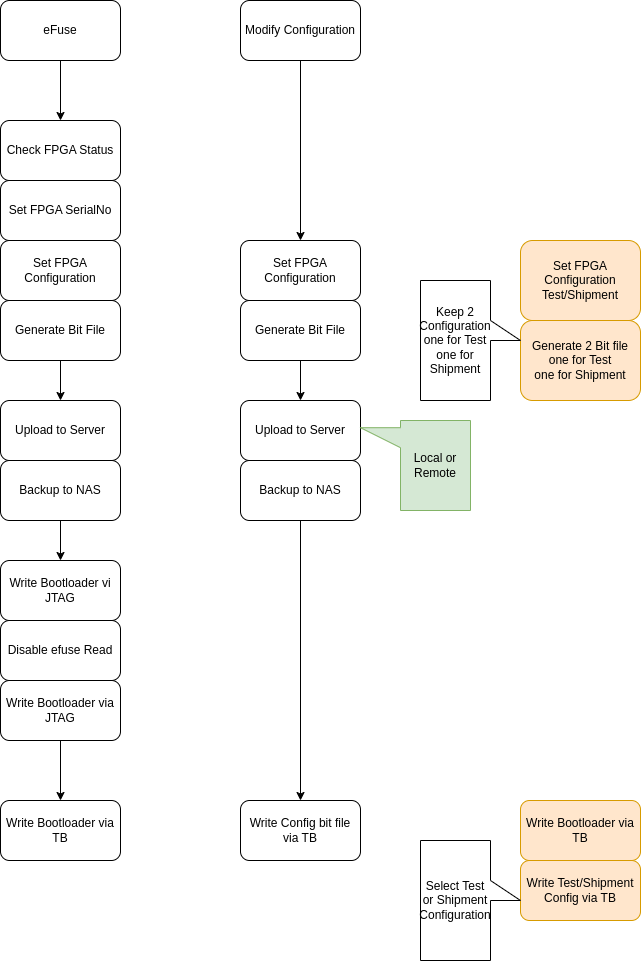
Earlier version of the draw.io export docs/diagrams/2025/gen2fpga_eeprom_flow.png (tzechienchu/mynotes). Source tidied: cells renumbered, new cells last; positions are measured from the earlier drawing's top-left corner, leaving out a move shared by most shapes. Its diagram source:
```xml
<mxGraphModel>
  <root>
    <mxCell id="0" />
    <mxCell id="1" parent="0" />
    <mxCell id="2" style="edgeStyle=none;html=1;exitX=0.5;exitY=1;exitDx=0;exitDy=0;entryX=0.5;entryY=0;entryDx=0;entryDy=0;" parent="1" edge="1" source="3" target="4">
      <mxGeometry relative="1" as="geometry" />
    </mxCell>
    <mxCell id="3" value="eFuse" style="rounded=1;whiteSpace=wrap;html=1;" parent="1" vertex="1">
      <mxGeometry width="120" height="60" as="geometry" />
    </mxCell>
    <mxCell id="4" value="Check FPGA Status" style="rounded=1;whiteSpace=wrap;html=1;" parent="1" vertex="1">
      <mxGeometry y="120" width="120" height="60" as="geometry" />
    </mxCell>
    <mxCell id="5" value="Set FPGA SerialNo" style="rounded=1;whiteSpace=wrap;html=1;" parent="1" vertex="1">
      <mxGeometry y="180" width="120" height="60" as="geometry" />
    </mxCell>
    <mxCell id="6" value="Set FPGA Configuration" style="rounded=1;whiteSpace=wrap;html=1;" parent="1" vertex="1">
      <mxGeometry y="240" width="120" height="60" as="geometry" />
    </mxCell>
    <mxCell id="7" style="edgeStyle=none;html=1;exitX=0.5;exitY=1;exitDx=0;exitDy=0;entryX=0.5;entryY=0;entryDx=0;entryDy=0;" parent="1" edge="1" source="8" target="9">
      <mxGeometry relative="1" as="geometry" />
    </mxCell>
    <mxCell id="8" value="Generate Bit File" style="rounded=1;whiteSpace=wrap;html=1;" parent="1" vertex="1">
      <mxGeometry y="300" width="120" height="60" as="geometry" />
    </mxCell>
    <mxCell id="9" value="Upload to Server" style="rounded=1;whiteSpace=wrap;html=1;" parent="1" vertex="1">
      <mxGeometry y="400" width="120" height="60" as="geometry" />
    </mxCell>
    <mxCell id="10" style="edgeStyle=none;html=1;exitX=0.5;exitY=1;exitDx=0;exitDy=0;entryX=0.5;entryY=0;entryDx=0;entryDy=0;" parent="1" edge="1" source="11" target="12">
      <mxGeometry relative="1" as="geometry" />
    </mxCell>
    <mxCell id="11" value="Backup to NAS" style="rounded=1;whiteSpace=wrap;html=1;" parent="1" vertex="1">
      <mxGeometry y="460" width="120" height="60" as="geometry" />
    </mxCell>
    <mxCell id="12" value="Write Bootloader vi JTAG" style="rounded=1;whiteSpace=wrap;html=1;" parent="1" vertex="1">
      <mxGeometry y="560" width="120" height="60" as="geometry" />
    </mxCell>
    <mxCell id="13" value="Disable efuse Read" style="rounded=1;whiteSpace=wrap;html=1;" parent="1" vertex="1">
      <mxGeometry y="620" width="120" height="60" as="geometry" />
    </mxCell>
    <mxCell id="14" style="edgeStyle=none;html=1;exitX=0.5;exitY=1;exitDx=0;exitDy=0;entryX=0.5;entryY=0;entryDx=0;entryDy=0;" parent="1" edge="1" source="15" target="16">
      <mxGeometry relative="1" as="geometry" />
    </mxCell>
    <mxCell id="15" value="Write Bootloader via JTAG" style="rounded=1;whiteSpace=wrap;html=1;" parent="1" vertex="1">
      <mxGeometry y="680" width="120" height="60" as="geometry" />
    </mxCell>
    <mxCell id="16" value="Write Bootloader via TB" style="rounded=1;whiteSpace=wrap;html=1;" parent="1" vertex="1">
      <mxGeometry y="800" width="120" height="60" as="geometry" />
    </mxCell>
    <mxCell id="17" style="edgeStyle=none;html=1;exitX=0.5;exitY=1;exitDx=0;exitDy=0;entryX=0.5;entryY=0;entryDx=0;entryDy=0;" parent="1" edge="1" source="18" target="19">
      <mxGeometry relative="1" as="geometry" />
    </mxCell>
    <mxCell id="18" value="Modify Configuration" style="rounded=1;whiteSpace=wrap;html=1;" parent="1" vertex="1">
      <mxGeometry x="240" width="120" height="60" as="geometry" />
    </mxCell>
    <mxCell id="19" value="Set FPGA Configuration" style="rounded=1;whiteSpace=wrap;html=1;" parent="1" vertex="1">
      <mxGeometry x="240" y="240" width="120" height="60" as="geometry" />
    </mxCell>
    <mxCell id="20" style="edgeStyle=none;html=1;exitX=0.5;exitY=1;exitDx=0;exitDy=0;entryX=0.5;entryY=0;entryDx=0;entryDy=0;" parent="1" edge="1" source="21" target="22">
      <mxGeometry relative="1" as="geometry" />
    </mxCell>
    <mxCell id="21" value="Generate Bit File" style="rounded=1;whiteSpace=wrap;html=1;" parent="1" vertex="1">
      <mxGeometry x="240" y="300" width="120" height="60" as="geometry" />
    </mxCell>
    <mxCell id="22" value="Upload to Server" style="rounded=1;whiteSpace=wrap;html=1;" parent="1" vertex="1">
      <mxGeometry x="240" y="400" width="120" height="60" as="geometry" />
    </mxCell>
    <mxCell id="23" style="edgeStyle=none;html=1;exitX=0.5;exitY=1;exitDx=0;exitDy=0;entryX=0.5;entryY=0;entryDx=0;entryDy=0;" parent="1" edge="1" source="24" target="25">
      <mxGeometry relative="1" as="geometry" />
    </mxCell>
    <mxCell id="24" value="Backup to NAS" style="rounded=1;whiteSpace=wrap;html=1;" parent="1" vertex="1">
      <mxGeometry x="240" y="460" width="120" height="60" as="geometry" />
    </mxCell>
    <mxCell id="25" value="Write Config bit file via TB" style="rounded=1;whiteSpace=wrap;html=1;" parent="1" vertex="1">
      <mxGeometry x="240" y="800" width="120" height="60" as="geometry" />
    </mxCell>
    <mxCell id="26" value="Generate 2 Bit file&lt;div&gt;one for Test&lt;/div&gt;&lt;div&gt;one for Shipment&lt;/div&gt;" style="rounded=1;whiteSpace=wrap;html=1;fillColor=#ffe6cc;strokeColor=#d79b00;" parent="1" vertex="1">
      <mxGeometry x="520" y="320" width="120" height="80" as="geometry" />
    </mxCell>
    <mxCell id="27" value="Write Bootloader via TB" style="rounded=1;whiteSpace=wrap;html=1;fillColor=#ffe6cc;strokeColor=#d79b00;" parent="1" vertex="1">
      <mxGeometry x="520" y="800" width="120" height="60" as="geometry" />
    </mxCell>
    <mxCell id="28" value="Write Test/Shipment Config via TB" style="rounded=1;whiteSpace=wrap;html=1;fillColor=#ffe6cc;strokeColor=#d79b00;" parent="1" vertex="1">
      <mxGeometry x="520" y="860" width="120" height="60" as="geometry" />
    </mxCell>
    <mxCell id="29" value="Set FPGA Configuration&lt;div&gt;Test/Shipment&lt;/div&gt;" style="rounded=1;whiteSpace=wrap;html=1;fillColor=#ffe6cc;strokeColor=#d79b00;" parent="1" vertex="1">
      <mxGeometry x="520" y="240" width="120" height="80" as="geometry" />
    </mxCell>
    <mxCell id="30" value="Keep 2 Configuration&lt;div&gt;one for Test&lt;/div&gt;&lt;div&gt;one for Shipment&lt;/div&gt;" style="shape=callout;whiteSpace=wrap;html=1;perimeter=calloutPerimeter;direction=north;" parent="1" vertex="1">
      <mxGeometry x="420" y="280" width="100" height="120" as="geometry" />
    </mxCell>
    <mxCell id="31" value="Select Test or Shipment Configuration" style="shape=callout;whiteSpace=wrap;html=1;perimeter=calloutPerimeter;direction=north;" parent="1" vertex="1">
      <mxGeometry x="420" y="840" width="100" height="120" as="geometry" />
    </mxCell>
    <mxCell id="32" value="Local or Remote" style="shape=callout;whiteSpace=wrap;html=1;perimeter=calloutPerimeter;position2=0.08;size=40;position=0.08;direction=south;fillColor=#d5e8d4;strokeColor=#82b366;" parent="1" vertex="1">
      <mxGeometry x="360" y="420" width="110" height="90" as="geometry" />
    </mxCell>
  </root>
</mxGraphModel>
```
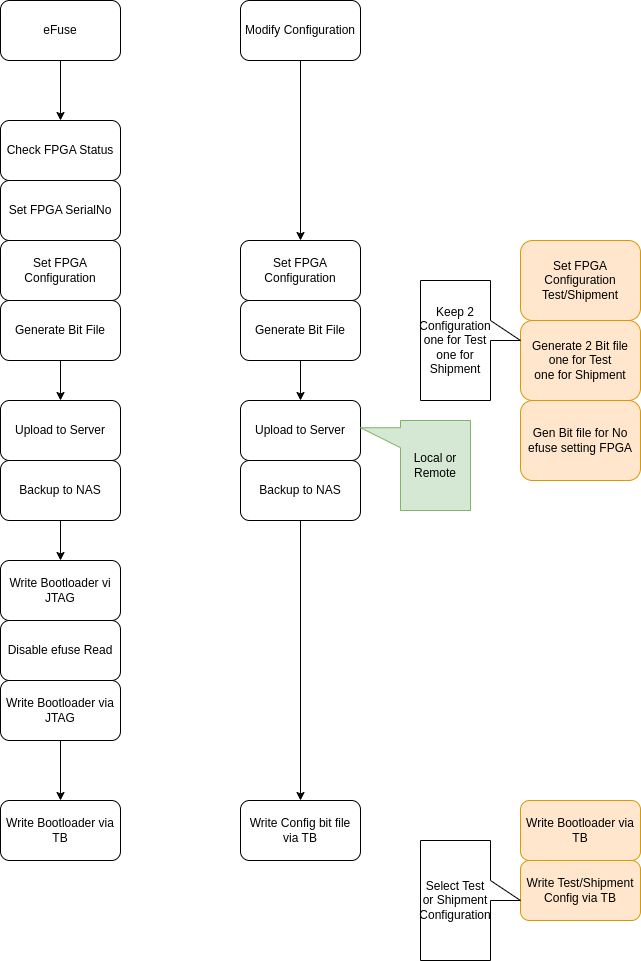
The same diagram one commit later.

Commit message:
Add AD5940 Block diagram

Change to the diagram source:
```diff
@@ -95,5 +95,8 @@
     <mxCell id="32" value="Local or Remote" style="shape=callout;whiteSpace=wrap;html=1;perimeter=calloutPerimeter;position2=0.08;size=40;position=0.08;direction=south;fillColor=#d5e8d4;strokeColor=#82b366;" parent="1" vertex="1">
       <mxGeometry x="360" y="420" width="110" height="90" as="geometry" />
     </mxCell>
+    <mxCell id="33" value="Gen Bit file for No efuse setting FPGA" style="rounded=1;whiteSpace=wrap;html=1;fillColor=#ffe6cc;strokeColor=#d79b00;" parent="1" vertex="1">
+      <mxGeometry x="520" y="400" width="120" height="80" as="geometry" />
+    </mxCell>
   </root>
 </mxGraphModel>
```
